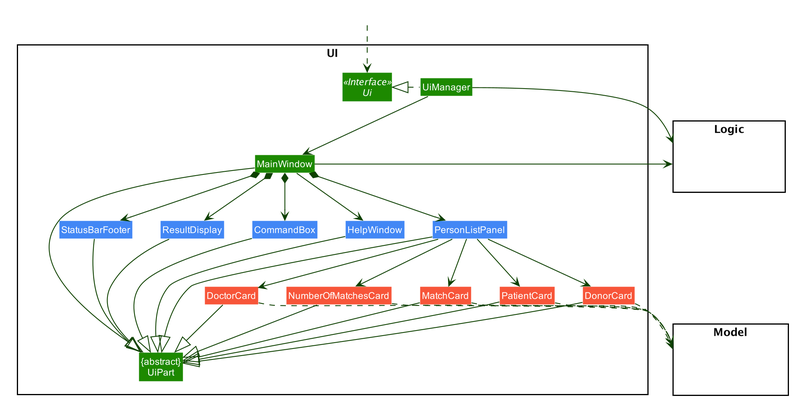
The PlantUML diagram docs/images/UiClassDiagram.png in nus-cs2103-AY1920S1/addressbook-level3, before a commit.
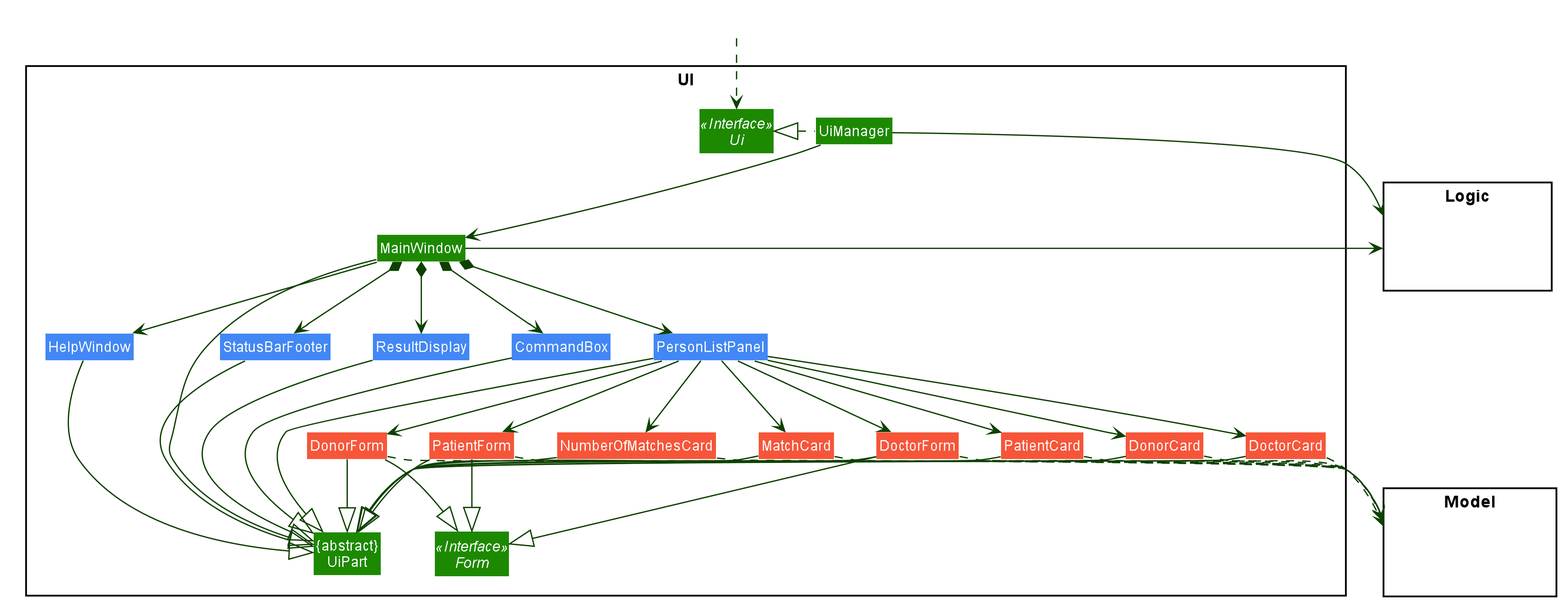
The same file after the commit.

Commit message:
Update class diagram (#160)

* DG update

* Change class diagram

Change to the diagram source:
```diff
@@ -53,6 +53,7 @@
 
 package UI <<Rectangle>>{
 Interface Ui <<Interface>>
+Interface Form <<Interface>>
 Class "{abstract}\nUiPart" as UiPart
 Class UiManager
 Class MainWindow
@@ -62,6 +63,9 @@
 Class PatientCard #f75539
 Class DonorCard #f75539
 Class DoctorCard #f75539
+Class DoctorForm #f75539
+Class DonorForm #f75539
+Class PatientForm #f75539
 Class NumberOfMatchesCard #f75539
 Class MatchCard #f75539
 Class StatusBarFooter #4287f5
@@ -92,6 +96,9 @@
 PersonListPanel -down-> DoctorCard
 PersonListPanel -down-> NumberOfMatchesCard
 PersonListPanel -down-> MatchCard
+PersonListPanel -down-> DoctorForm
+PersonListPanel -down-> DonorForm
+PersonListPanel -down-> PatientForm
 
 MainWindow -left-|> UiPart
 
@@ -102,6 +109,12 @@
 DoctorCard --|> UiPart
 DonorCard --|> UiPart
 MatchCard --|> UiPart
+DoctorForm --|> UiPart
+DonorForm --|> UiPart
+PatientForm --|> UiPart
+DoctorForm --|> Form
+DonorForm --|> Form
+PatientForm --|> Form
 NumberOfMatchesCard --|> UiPart
 StatusBarFooter --|> UiPart
 HelpWindow -down-|> UiPart
@@ -109,6 +122,9 @@
 PatientCard .right.> Model
 DonorCard .down.> Model
 DoctorCard .down.> Model
+DoctorForm .down.> Model
+DonorForm .down.> Model
+PatientForm .down.> Model
 NumberOfMatchesCard .down.> Model
 MatchCard ..> Model
 UiManager -right-> Logic
```
